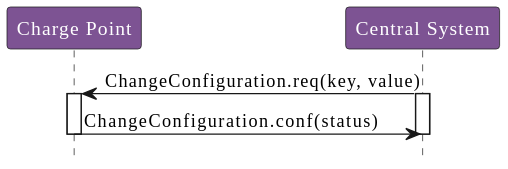
This is OCPP_1.6/images/figure_24.svg from phoi5675/ocpp-markdown, a PlantUML export, as it was before one commit.
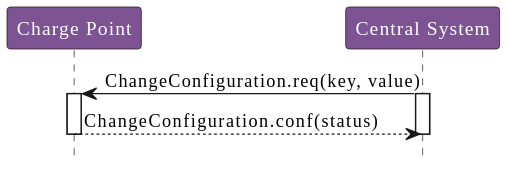
The same diagram one commit later.

What changed in the source:
```diff
@@ -5,12 +5,10 @@
 participant "Central System" as CentralSystem
 
 CentralSystem -> ChargePoint : ChangeConfiguration.req(key, value)
-
 activate ChargePoint
 activate CentralSystem
 
-ChargePoint -> CentralSystem : ChangeConfiguration.conf(status)
-
+ChargePoint --> CentralSystem : ChangeConfiguration.conf(status)
 deactivate CentralSystem
 deactivate ChargePoint
 @enduml
```
